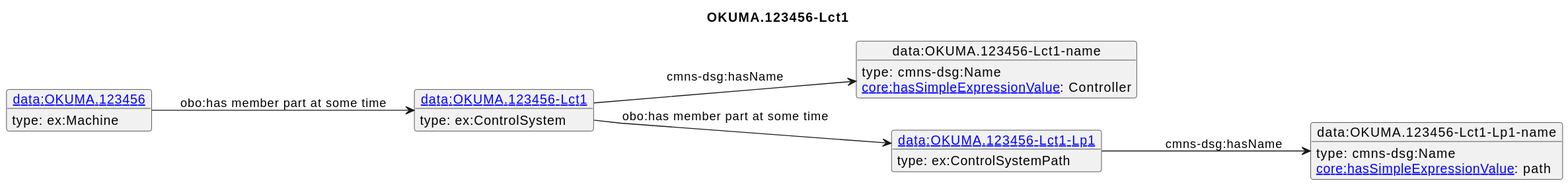
The PlantUML diagram diagrams/OKUMA.123456-Lct1.svg in iofoundry/example-syseng-mtconnect, before a commit.
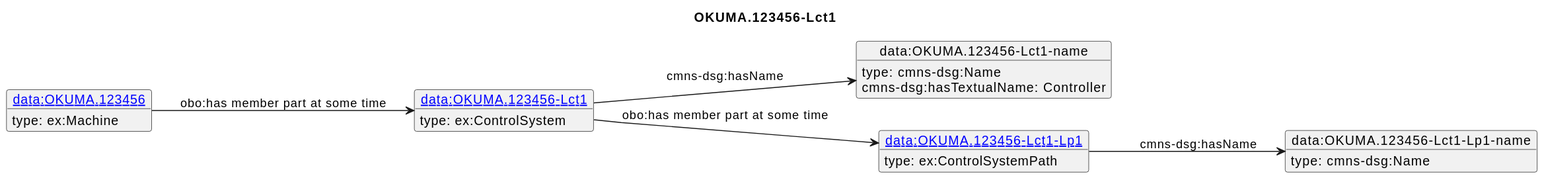
After the commit.

Diff of the diagram source:
```diff
@@ -18,9 +18,8 @@
  type: ex:Machine
 }
 o1 --> o2 : cmns-dsg:hasName
-o2 : [[https://spec.industrialontologies.org/ontology/core/Core/hasSimpleExpressionValue core:hasSimpleExpressionValue]]: Controller
+o2 : cmns-dsg:hasTextualName: Controller
 o1 --> o3 : obo:has member part at some time
 o3 --> o4 : cmns-dsg:hasName
-o4 : [[https://spec.industrialontologies.org/ontology/core/Core/hasSimpleExpressionValue core:hasSimpleExpressionValue]]: path
 o5 --> o1 : obo:has member part at some time
 @enduml
```
